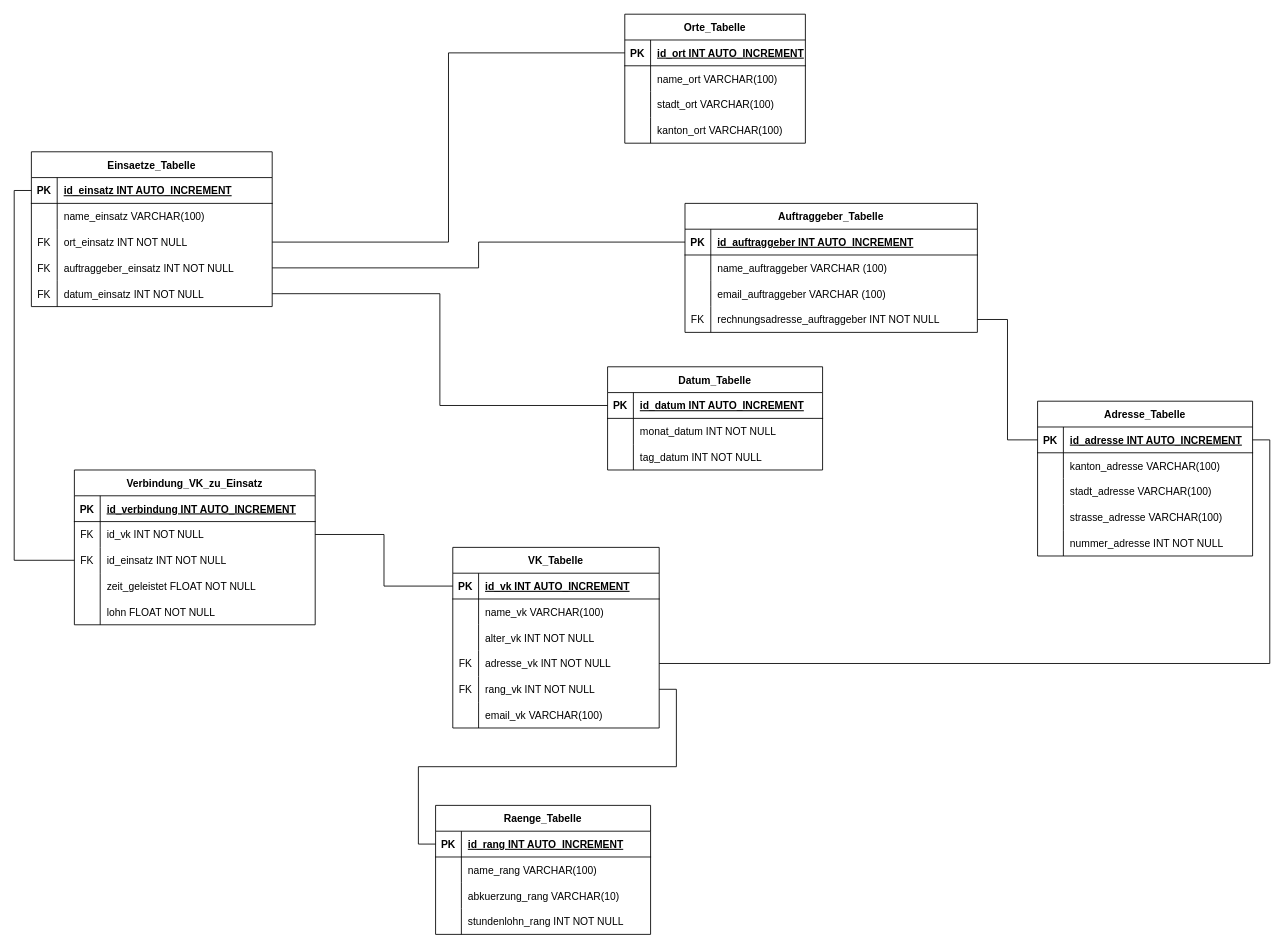
Above: ERM_Datenbank.drawio in CMSuisse/ef5-Datenbank-Projekt (draw.io), before the change. Source tidied: cells renumbered, new cells numbered last; positions are measured from the earlier drawing's top-left corner, leaving out a move shared by most shapes. Both pictures are drawn from the tidied source at 86%, with x=0, y=0 at pixel (31, 14).
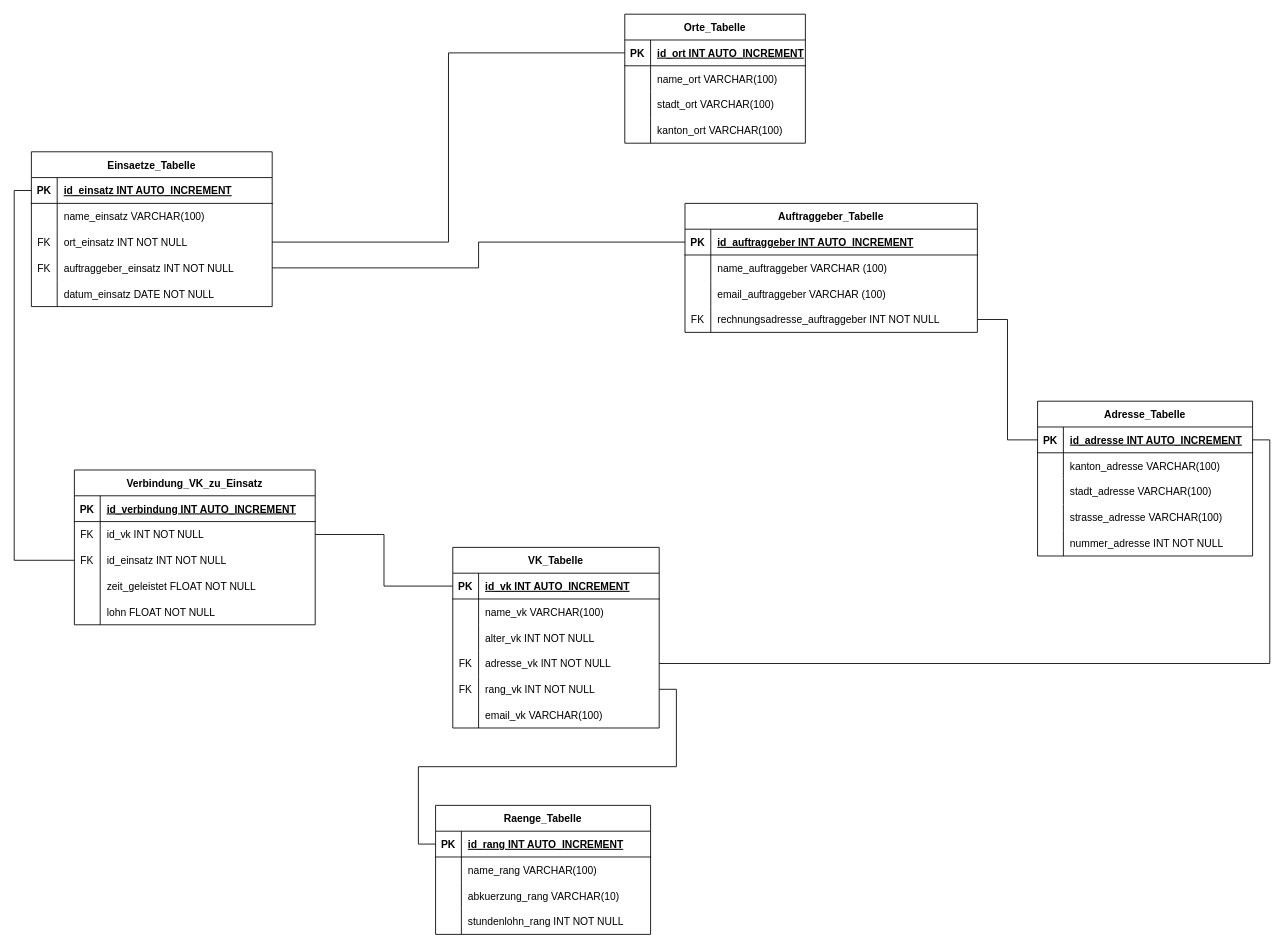
After the change.

Unchanged cells that the change refers to:
```xml
<mxCell id="15" style="shape=tableRow;horizontal=0;startSize=0;swimlaneHead=0;swimlaneBody=0;fillColor=none;points=[[0,0.5],[1,0.5]];portConstraint=eastwest;top=0;left=0;right=0;bottom=0;" parent="2" vertex="1">
  <mxGeometry y="150" width="280" height="30" as="geometry" />
</mxCell>
```

Diff of the diagram source:
```diff
@@
-    <mxCell id="16" value="FK" style="shape=partialRectangle;fillColor=none;top=0;left=0;bottom=0;right=0;overflow=hidden;" parent="15" vertex="1">
+    <mxCell id="16" style="shape=partialRectangle;fillColor=none;top=0;left=0;bottom=0;right=0;overflow=hidden;" parent="15" vertex="1">
       <mxGeometry width="30" height="30" as="geometry" />
     </mxCell>
-    <mxCell id="17" value="datum_einsatz INT NOT NULL" style="shape=partialRectangle;fillColor=none;top=0;left=0;bottom=0;right=0;align=left;spacingLeft=6;overflow=hidden;" parent="15" vertex="1">
+    <mxCell id="17" value="datum_einsatz DATE NOT NULL" style="shape=partialRectangle;fillColor=none;top=0;left=0;bottom=0;right=0;align=left;spacingLeft=6;overflow=hidden;" parent="15" vertex="1">
       <mxGeometry x="30" width="250" height="30" as="geometry" />
     </mxCell>
@@
-    <mxCell id="63" value="Datum_Tabelle" style="shape=table;startSize=30;childLayout=tableLayout;rowLines=0;fontStyle=1;align=center;" parent="1" vertex="1">
-      <mxGeometry x="670" y="410" width="250" height="120" as="geometry" />
-    </mxCell>
-    <mxCell id="64" style="shape=tableRow;horizontal=0;startSize=0;swimlaneHead=0;swimlaneBody=0;fillColor=none;points=[[0,0.5],[1,0.5]];portConstraint=eastwest;top=0;left=0;right=0;bottom=1;" parent="63" vertex="1">
-      <mxGeometry y="30" width="250" height="30" as="geometry" />
-    </mxCell>
-    <mxCell id="65" value="PK" style="shape=partialRectangle;fillColor=none;top=0;left=0;bottom=0;right=0;fontStyle=1;overflow=hidden;" parent="64" vertex="1">
-      <mxGeometry width="30" height="30" as="geometry" />
-    </mxCell>
-    <mxCell id="66" value="id_datum INT AUTO_INCREMENT" style="shape=partialRectangle;fillColor=none;top=0;left=0;bottom=0;right=0;align=left;spacingLeft=6;fontStyle=5;overflow=hidden;" parent="64" vertex="1">
-      <mxGeometry x="30" width="220" height="30" as="geometry" />
-    </mxCell>
-    <mxCell id="67" style="shape=tableRow;horizontal=0;startSize=0;swimlaneHead=0;swimlaneBody=0;fillColor=none;top=0;left=0;right=0;bottom=0;" parent="63" vertex="1">
-      <mxGeometry y="60" width="250" height="30" as="geometry" />
-    </mxCell>
-    <mxCell id="68" style="shape=partialRectangle;fillColor=none;top=0;left=0;bottom=0;right=0;overflow=hidden;" parent="67" vertex="1">
-      <mxGeometry width="30" height="30" as="geometry" />
-    </mxCell>
-    <mxCell id="69" value="monat_datum INT NOT NULL" style="shape=partialRectangle;fillColor=none;top=0;left=0;bottom=0;right=0;align=left;spacingLeft=6;overflow=hidden;" parent="67" vertex="1">
-      <mxGeometry x="30" width="220" height="30" as="geometry" />
-    </mxCell>
-    <mxCell id="70" style="shape=tableRow;horizontal=0;startSize=0;swimlaneHead=0;swimlaneBody=0;fillColor=none;top=0;left=0;right=0;bottom=0;" parent="63" vertex="1">
-      <mxGeometry y="90" width="250" height="30" as="geometry" />
-    </mxCell>
-    <mxCell id="71" style="shape=partialRectangle;fillColor=none;top=0;left=0;bottom=0;right=0;overflow=hidden;" parent="70" vertex="1">
-      <mxGeometry width="30" height="30" as="geometry" />
-    </mxCell>
-    <mxCell id="72" value="tag_datum INT NOT NULL" style="shape=partialRectangle;fillColor=none;top=0;left=0;bottom=0;right=0;align=left;spacingLeft=6;overflow=hidden;" parent="70" vertex="1">
-      <mxGeometry x="30" width="220" height="30" as="geometry" />
-    </mxCell>
-    <mxCell id="73" style="edgeStyle=orthogonalEdgeStyle;rounded=0;jettySize=auto;html=1;exitX=1;exitY=0.5;exitDx=0;exitDy=0;entryX=0;entryY=0.5;entryDx=0;entryDy=0;endArrow=none;endFill=0;" parent="1" edge="1" source="15" target="64">
-      <mxGeometry relative="1" as="geometry" />
-    </mxCell>
```
